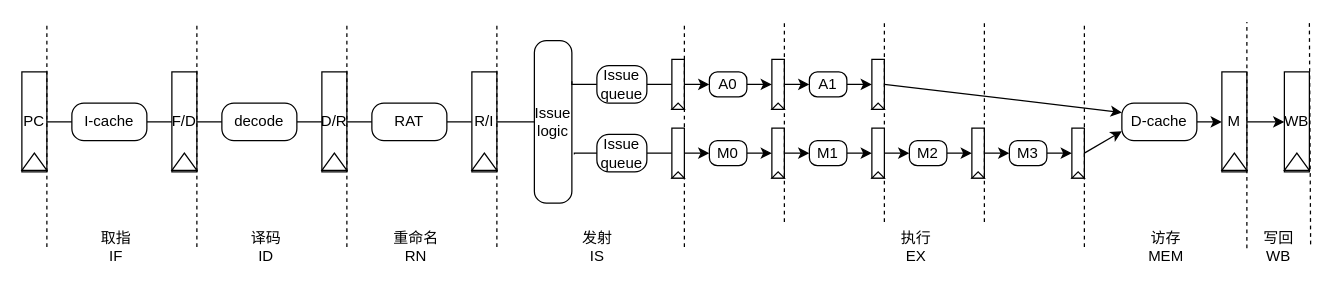
Earlier version of the draw.io diagram page "6-8" (4 of 7) of directory/流水线.drawio (lllwwwooo/draw.io). Source tidied: cells renumbered, new cells numbered last; positions are measured from the earlier drawing's top-left corner, leaving out a move shared by most shapes. Both pictures are drawn from the tidied source at 125%, with x=0, y=0 at pixel (21, 21).
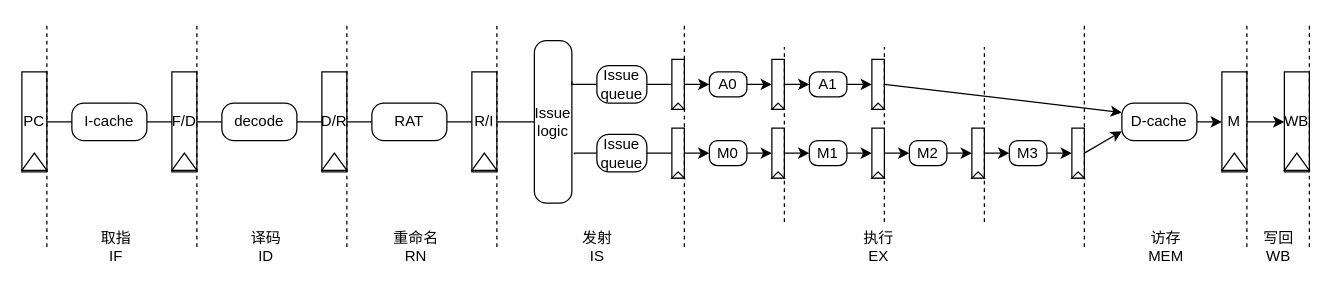
The same page after the edit.

Unchanged cells that the change refers to:
```xml
<mxCell id="28" style="group;" parent="1" vertex="1">
  <mxGeometry x="520" y="30" width="10" height="40" as="geometry" />
</mxCell>
<mxCell id="40" style="group;" parent="1" vertex="1">
  <mxGeometry x="680" y="30" width="10" height="40" as="geometry" />
</mxCell>
<mxCell id="72" style="group;" parent="1" vertex="1">
  <mxGeometry x="960" y="40" width="20" height="80" as="geometry" />
</mxCell>
<mxCell id="78" style="group;" parent="1" vertex="1">
  <mxGeometry x="1010" y="40" width="20" height="80" as="geometry" />
</mxCell>
<mxCell id="99" value="写回&lt;div&gt;WB&lt;/div&gt;" style="text;html=1;align=center;verticalAlign=middle;points=[];strokeColor=none;fillColor=none;" parent="1" vertex="1">
  <mxGeometry x="980" y="160" width="50" height="40" as="geometry" />
</mxCell>
```

What changed in the source:
```diff
@@
-    <mxCell id="31" style="endArrow=none;dashed=1;html=1;rounded=0;" parent="28" edge="1">
-      <mxGeometry relative="1" as="geometry">
-        <mxPoint x="10" y="150" as="sourcePoint" />
-        <mxPoint x="10" y="-30" as="targetPoint" />
-      </mxGeometry>
-    </mxCell>
@@
     <mxCell id="43" style="endArrow=none;dashed=1;html=1;rounded=0;" parent="40" edge="1">
       <mxGeometry relative="1" as="geometry">
         <mxPoint x="10" y="130" as="sourcePoint" />
-        <mxPoint x="10" y="-30" as="targetPoint" />
+        <mxPoint x="10" y="-10" as="targetPoint" />
       </mxGeometry>
     </mxCell>
@@
-    <mxCell id="75" style="endArrow=none;dashed=1;html=1;rounded=0;exitX=0;exitY=0.525;exitDx=0;exitDy=0;exitPerimeter=0;" parent="72" edge="1" source="99">
-      <mxGeometry relative="1" as="geometry">
-        <mxPoint x="20" y="-40" as="targetPoint" />
-      </mxGeometry>
-    </mxCell>
@@
+    <mxCell id="102" style="endArrow=none;dashed=1;html=1;rounded=0;" parent="78" edge="1">
+      <mxGeometry relative="1" as="geometry">
+        <mxPoint x="20" y="140" as="sourcePoint" />
+        <mxPoint x="20" y="-40" as="targetPoint" />
+      </mxGeometry>
+    </mxCell>
@@
     <mxCell id="89" style="endArrow=none;dashed=1;html=1;rounded=0;" parent="1" edge="1">
       <mxGeometry relative="1" as="geometry">
         <mxPoint x="610" y="160" as="sourcePoint" />
-        <mxPoint x="610" as="targetPoint" />
+        <mxPoint x="610" y="20" as="targetPoint" />
       </mxGeometry>
     </mxCell>
     <mxCell id="90" style="endArrow=none;dashed=1;html=1;rounded=0;" parent="1" edge="1">
       <mxGeometry relative="1" as="geometry">
         <mxPoint x="770" y="160" as="sourcePoint" />
-        <mxPoint x="770" as="targetPoint" />
+        <mxPoint x="770" y="20" as="targetPoint" />
       </mxGeometry>
     </mxCell>
@@
-    <mxCell id="92" style="endArrow=none;dashed=1;html=1;rounded=0;exitX=1.02;exitY=0.45;exitDx=0;exitDy=0;exitPerimeter=0;" parent="1" edge="1" source="99">
-      <mxGeometry relative="1" as="geometry">
-        <mxPoint x="1030" as="targetPoint" />
-      </mxGeometry>
-    </mxCell>
@@
     <mxCell id="97" value="执行&lt;div&gt;EX&lt;/div&gt;" style="text;html=1;align=center;verticalAlign=middle;strokeColor=none;fillColor=none;" parent="1" vertex="1">
-      <mxGeometry x="690" y="160" width="50" height="40" as="geometry" />
+      <mxGeometry x="660" y="160" width="50" height="40" as="geometry" />
     </mxCell>
@@
+    <mxCell id="31" style="endArrow=none;dashed=1;html=1;rounded=0;" parent="1" edge="1">
+      <mxGeometry relative="1" as="geometry">
+        <mxPoint x="530" y="180" as="sourcePoint" />
+        <mxPoint x="530" as="targetPoint" />
+      </mxGeometry>
+    </mxCell>
+    <mxCell id="103" style="endArrow=none;dashed=1;html=1;rounded=0;" parent="1" edge="1">
+      <mxGeometry relative="1" as="geometry">
+        <mxPoint x="980" y="180" as="sourcePoint" />
+        <mxPoint x="980" as="targetPoint" />
+      </mxGeometry>
+    </mxCell>
```
